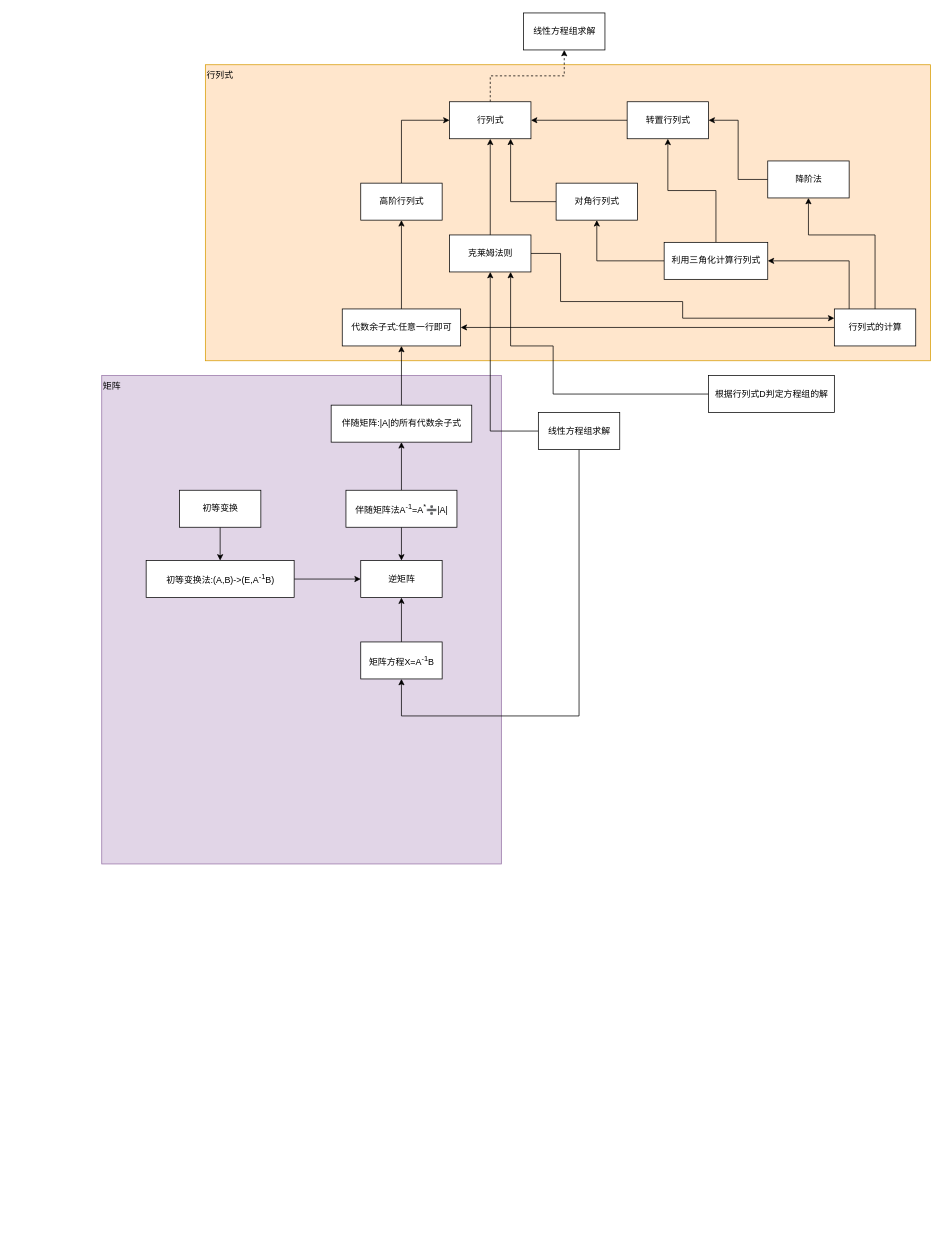
Earlier version of the draw.io diagram liner_algebra.drawio (brendonlin/myflowchart). Source tidied: cells renumbered, new cells numbered last; positions are measured from the earlier drawing's top-left corner, leaving out a move shared by most shapes. Both pictures are drawn from the tidied source at 74%, with x=0, y=0 at pixel (101, 13).
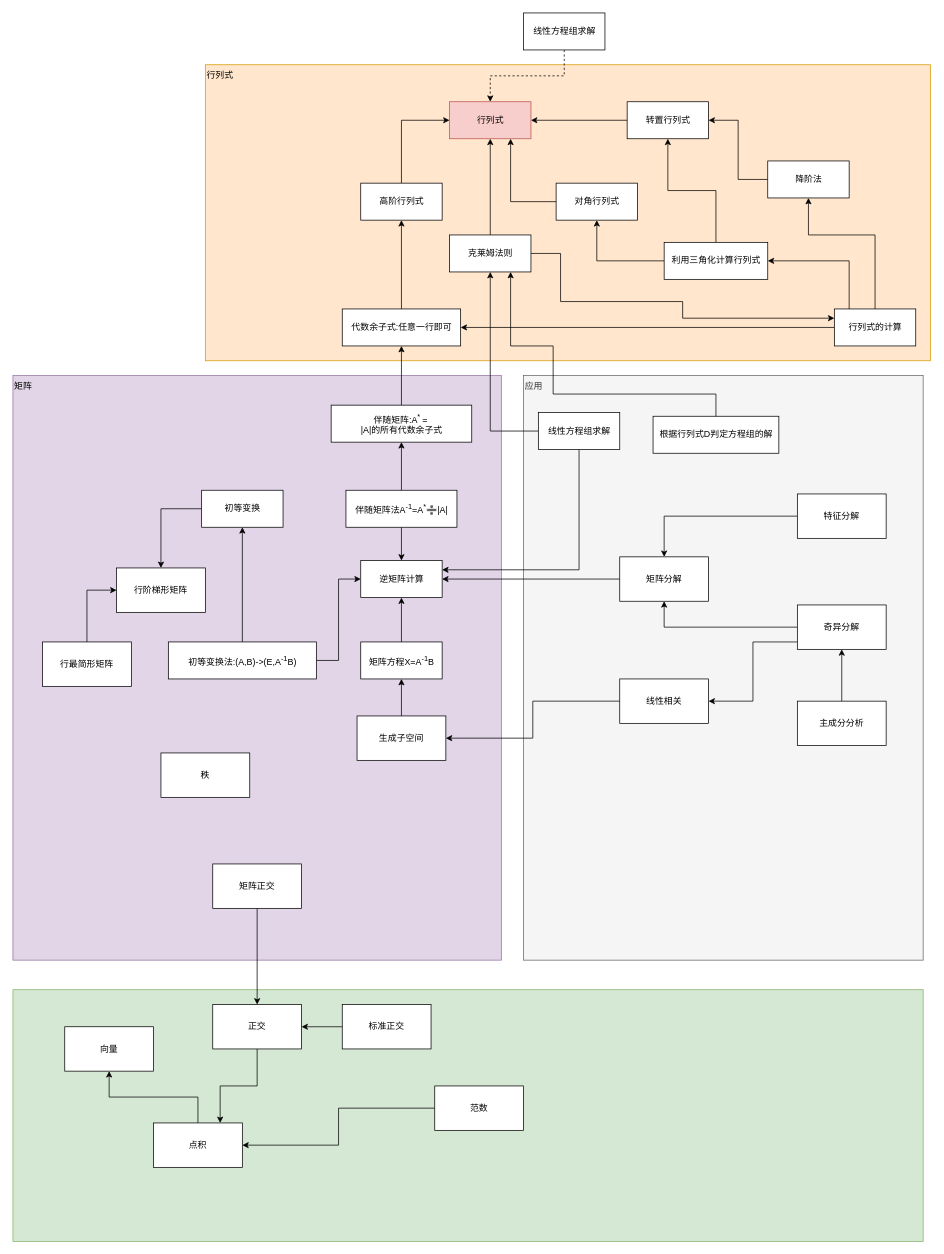
Above is the later version.

The change refers to these unchanged cells:
```xml
<mxCell id="6" value="线性方程组求解" style="html=1;" parent="1" vertex="1">
  <mxGeometry x="570" width="110" height="50" as="geometry" />
</mxCell>
<mxCell id="22" value="克莱姆法则" style="html=1;" parent="1" vertex="1">
  <mxGeometry x="470" y="300" width="110" height="50" as="geometry" />
</mxCell>
<mxCell id="30" value="矩阵方程X=A&lt;sup&gt;-1&lt;/sup&gt;B" style="html=1;" parent="1" vertex="1">
  <mxGeometry x="350" y="850" width="110" height="50" as="geometry" />
</mxCell>
<mxCell id="37" value="线性方程组求解" style="html=1;" parent="1" vertex="1">
  <mxGeometry x="590" y="540" width="110" height="50" as="geometry" />
</mxCell>
```

What changed in the source:
```diff
@@
+    <mxCell id="44" style="rounded=0;whiteSpace=wrap;html=1;align=center;fillColor=#d5e8d4;strokeColor=#82b366;" parent="1" vertex="1">
+      <mxGeometry x="-120" y="1320" width="1230" height="340" as="geometry" />
+    </mxCell>
+    <mxCell id="45" value="应用" style="rounded=0;whiteSpace=wrap;html=1;fillColor=#f5f5f5;strokeColor=#666666;fontColor=#333333;verticalAlign=top;align=left;" parent="1" vertex="1">
+      <mxGeometry x="570" y="490" width="540" height="790" as="geometry" />
+    </mxCell>
     <mxCell id="2" value="矩阵" style="html=1;align=left;verticalAlign=top;fillColor=#e1d5e7;strokeColor=#9673a6;" parent="1" vertex="1">
-      <mxGeometry y="490" width="540" height="660" as="geometry" />
+      <mxGeometry x="-120" y="490" width="660" height="790" as="geometry" />
     </mxCell>
@@
-    <mxCell id="4" style="edgeStyle=orthogonalEdgeStyle;rounded=0;jettySize=auto;html=1;entryX=0.5;entryY=1;entryDx=0;entryDy=0;dashed=1;" parent="1" edge="1" source="5" target="6">
+    <mxCell id="4" style="edgeStyle=orthogonalEdgeStyle;rounded=0;jettySize=auto;html=1;entryX=0.5;entryY=0;entryDx=0;entryDy=0;dashed=1;exitX=0.5;exitY=1;exitDx=0;exitDy=0;" parent="1" edge="1" source="6" target="5">
       <mxGeometry relative="1" as="geometry" />
     </mxCell>
-    <mxCell id="5" value="行列式" style="html=1;" parent="1" vertex="1">
+    <mxCell id="5" value="行列式" style="html=1;fillColor=#f8cecc;strokeColor=#b85450;" parent="1" vertex="1">
       <mxGeometry x="470" y="120" width="110" height="50" as="geometry" />
     </mxCell>
@@
     <mxCell id="23" style="edgeStyle=orthogonalEdgeStyle;rounded=0;jettySize=auto;html=1;entryX=0.75;entryY=1;entryDx=0;entryDy=0;exitX=0;exitY=0.5;exitDx=0;exitDy=0;" parent="1" edge="1" source="24" target="22">
       <mxGeometry relative="1" as="geometry">
         <Array as="points">
+          <mxPoint x="830" y="570" />
+          <mxPoint x="830" y="515" />
           <mxPoint x="610" y="515" />
           <mxPoint x="610" y="450" />
           <mxPoint x="553" y="450" />
         </Array>
       </mxGeometry>
     </mxCell>
     <mxCell id="24" value="根据行列式D判定方程组的解" style="html=1;" parent="1" vertex="1">
-      <mxGeometry x="820" y="490" width="170" height="50" as="geometry" />
+      <mxGeometry x="745" y="545" width="170" height="50" as="geometry" />
     </mxCell>
@@
-    <mxCell id="28" value="逆矩阵" style="html=1;" parent="1" vertex="1">
+    <mxCell id="28" value="逆矩阵计算" style="html=1;" parent="1" vertex="1">
       <mxGeometry x="350" y="740" width="110" height="50" as="geometry" />
     </mxCell>
@@
-    <mxCell id="36" style="edgeStyle=orthogonalEdgeStyle;rounded=0;jettySize=auto;html=1;exitX=0.5;exitY=1;exitDx=0;exitDy=0;entryX=0.5;entryY=1;entryDx=0;entryDy=0;" parent="1" edge="1" source="37" target="30">
+    <mxCell id="36" style="edgeStyle=orthogonalEdgeStyle;rounded=0;jettySize=auto;html=1;exitX=0.5;exitY=1;exitDx=0;exitDy=0;entryX=1;entryY=0.25;entryDx=0;entryDy=0;" parent="1" edge="1" source="37" target="28">
       <mxGeometry relative="1" as="geometry">
         <Array as="points">
-          <mxPoint x="645" y="950" />
-          <mxPoint x="405" y="950" />
+          <mxPoint x="645" y="753" />
         </Array>
       </mxGeometry>
     </mxCell>
@@
-    <mxCell id="39" value="伴随矩阵:|A|的所有代数余子式" style="html=1;align=center;" parent="1" vertex="1">
+    <mxCell id="39" value="伴随矩阵:A&lt;sup&gt;* &lt;/sup&gt;=&lt;sup&gt;&amp;nbsp;&lt;/sup&gt;&lt;br&gt;|A|的所有代数余子式" style="html=1;align=center;" parent="1" vertex="1">
       <mxGeometry x="310" y="530" width="190" height="50" as="geometry" />
     </mxCell>
-    <mxCell id="40" style="edgeStyle=orthogonalEdgeStyle;rounded=0;jettySize=auto;html=1;" parent="1" edge="1" source="41" target="43">
-      <mxGeometry relative="1" as="geometry" />
-    </mxCell>
+    <mxCell id="46" style="edgeStyle=orthogonalEdgeStyle;rounded=0;jettySize=auto;html=1;" parent="1" edge="1" source="41" target="53">
+      <mxGeometry relative="1" as="geometry">
+        <Array as="points">
+          <mxPoint x="80" y="670" />
+        </Array>
+      </mxGeometry>
+    </mxCell>
     <mxCell id="41" value="初等变换" style="html=1;align=center;" parent="1" vertex="1">
-      <mxGeometry x="105" y="645" width="110" height="50" as="geometry" />
+      <mxGeometry x="135" y="645" width="110" height="50" as="geometry" />
     </mxCell>
@@
+    <mxCell id="47" style="edgeStyle=orthogonalEdgeStyle;rounded=0;jettySize=auto;html=1;entryX=0.5;entryY=1;entryDx=0;entryDy=0;" parent="1" edge="1" source="43" target="41">
+      <mxGeometry relative="1" as="geometry" />
+    </mxCell>
     <mxCell id="43" value="初等变换法:(A,B)-&amp;gt;(E,A&lt;sup&gt;-1&lt;/sup&gt;B)" style="html=1;align=center;" parent="1" vertex="1">
-      <mxGeometry x="60" y="740" width="200" height="50" as="geometry" />
+      <mxGeometry x="90" y="850" width="200" height="50" as="geometry" />
     </mxCell>
+    <mxCell id="48" value="秩" style="rounded=0;whiteSpace=wrap;html=1;" parent="1" vertex="1">
+      <mxGeometry x="80" y="1000" width="120" height="60" as="geometry" />
+    </mxCell>
+    <mxCell id="49" style="edgeStyle=orthogonalEdgeStyle;rounded=0;jettySize=auto;html=1;entryX=0.75;entryY=0;entryDx=0;entryDy=0;" parent="1" edge="1" source="50" target="71">
+      <mxGeometry relative="1" as="geometry" />
+    </mxCell>
+    <mxCell id="50" value="正交" style="rounded=0;whiteSpace=wrap;html=1;" parent="1" vertex="1">
+      <mxGeometry x="150" y="1340" width="120" height="60" as="geometry" />
+    </mxCell>
+    <mxCell id="51" style="edgeStyle=orthogonalEdgeStyle;rounded=0;jettySize=auto;html=1;" parent="1" edge="1" source="52" target="50">
+      <mxGeometry relative="1" as="geometry" />
+    </mxCell>
+    <mxCell id="52" value="标准正交" style="rounded=0;whiteSpace=wrap;html=1;" parent="1" vertex="1">
+      <mxGeometry x="325" y="1340" width="120" height="60" as="geometry" />
+    </mxCell>
+    <mxCell id="53" value="行阶梯形矩阵" style="rounded=0;whiteSpace=wrap;html=1;" parent="1" vertex="1">
+      <mxGeometry x="20" y="750" width="120" height="60" as="geometry" />
+    </mxCell>
+    <mxCell id="54" style="edgeStyle=orthogonalEdgeStyle;rounded=0;jettySize=auto;html=1;entryX=0;entryY=0.5;entryDx=0;entryDy=0;" parent="1" edge="1" source="55" target="53">
+      <mxGeometry relative="1" as="geometry" />
+    </mxCell>
+    <mxCell id="55" value="行最简形矩阵" style="rounded=0;whiteSpace=wrap;html=1;" parent="1" vertex="1">
+      <mxGeometry x="-80" y="850" width="120" height="60" as="geometry" />
+    </mxCell>
+    <mxCell id="56" style="edgeStyle=orthogonalEdgeStyle;rounded=0;jettySize=auto;html=1;entryX=1;entryY=0.5;entryDx=0;entryDy=0;" parent="1" edge="1" source="57" target="28">
+      <mxGeometry relative="1" as="geometry" />
+    </mxCell>
+    <mxCell id="57" value="矩阵分解" style="rounded=0;whiteSpace=wrap;html=1;align=center;" parent="1" vertex="1">
+      <mxGeometry x="700" y="735" width="120" height="60" as="geometry" />
+    </mxCell>
+    <mxCell id="58" style="edgeStyle=orthogonalEdgeStyle;rounded=0;jettySize=auto;html=1;entryX=1;entryY=0.5;entryDx=0;entryDy=0;" parent="1" edge="1" source="59" target="73">
+      <mxGeometry relative="1" as="geometry" />
+    </mxCell>
+    <mxCell id="59" value="线性相关" style="rounded=0;whiteSpace=wrap;html=1;align=center;" parent="1" vertex="1">
+      <mxGeometry x="700" y="900" width="120" height="60" as="geometry" />
+    </mxCell>
+    <mxCell id="60" style="edgeStyle=orthogonalEdgeStyle;rounded=0;jettySize=auto;html=1;entryX=0.5;entryY=0;entryDx=0;entryDy=0;" parent="1" edge="1" source="61" target="57">
+      <mxGeometry relative="1" as="geometry" />
+    </mxCell>
+    <mxCell id="61" value="特征分解" style="rounded=0;whiteSpace=wrap;html=1;align=center;" parent="1" vertex="1">
+      <mxGeometry x="940" y="650" width="120" height="60" as="geometry" />
+    </mxCell>
+    <mxCell id="62" style="edgeStyle=orthogonalEdgeStyle;rounded=0;jettySize=auto;html=1;entryX=0.5;entryY=1;entryDx=0;entryDy=0;" parent="1" edge="1" source="64" target="57">
+      <mxGeometry relative="1" as="geometry">
+        <Array as="points">
+          <mxPoint x="760" y="830" />
+        </Array>
+      </mxGeometry>
+    </mxCell>
+    <mxCell id="63" style="edgeStyle=orthogonalEdgeStyle;rounded=0;jettySize=auto;html=1;entryX=1;entryY=0.5;entryDx=0;entryDy=0;" parent="1" edge="1" source="64" target="59">
+      <mxGeometry relative="1" as="geometry">
+        <Array as="points">
+          <mxPoint x="880" y="850" />
+          <mxPoint x="880" y="930" />
+        </Array>
+      </mxGeometry>
+    </mxCell>
+    <mxCell id="64" value="奇异分解" style="rounded=0;whiteSpace=wrap;html=1;align=center;" parent="1" vertex="1">
+      <mxGeometry x="940" y="800" width="120" height="60" as="geometry" />
+    </mxCell>
+    <mxCell id="65" value="向量" style="rounded=0;whiteSpace=wrap;html=1;align=center;" parent="1" vertex="1">
+      <mxGeometry x="-50" y="1370" width="120" height="60" as="geometry" />
+    </mxCell>
+    <mxCell id="66" style="edgeStyle=orthogonalEdgeStyle;rounded=0;jettySize=auto;html=1;entryX=1;entryY=0.5;entryDx=0;entryDy=0;" parent="1" edge="1" source="67" target="71">
+      <mxGeometry relative="1" as="geometry" />
+    </mxCell>
+    <mxCell id="67" value="范数" style="rounded=0;whiteSpace=wrap;html=1;align=center;" parent="1" vertex="1">
+      <mxGeometry x="450" y="1450" width="120" height="60" as="geometry" />
+    </mxCell>
+    <mxCell id="68" style="edgeStyle=orthogonalEdgeStyle;rounded=0;jettySize=auto;html=1;entryX=0.5;entryY=1;entryDx=0;entryDy=0;" parent="1" edge="1" source="69" target="64">
+      <mxGeometry relative="1" as="geometry" />
+    </mxCell>
+    <mxCell id="69" value="主成分分析" style="rounded=0;whiteSpace=wrap;html=1;align=center;" parent="1" vertex="1">
+      <mxGeometry x="940" y="930" width="120" height="60" as="geometry" />
+    </mxCell>
+    <mxCell id="70" style="edgeStyle=orthogonalEdgeStyle;rounded=0;jettySize=auto;html=1;" parent="1" edge="1" source="71" target="65">
+      <mxGeometry relative="1" as="geometry" />
+    </mxCell>
+    <mxCell id="71" value="点积" style="rounded=0;whiteSpace=wrap;html=1;align=center;" parent="1" vertex="1">
+      <mxGeometry x="70" y="1500" width="120" height="60" as="geometry" />
+    </mxCell>
+    <mxCell id="72" style="edgeStyle=orthogonalEdgeStyle;rounded=0;jettySize=auto;html=1;" parent="1" edge="1" source="73" target="30">
+      <mxGeometry relative="1" as="geometry" />
+    </mxCell>
+    <mxCell id="73" value="生成子空间" style="rounded=0;whiteSpace=wrap;html=1;align=center;" parent="1" vertex="1">
+      <mxGeometry x="345" y="950" width="120" height="60" as="geometry" />
+    </mxCell>
+    <mxCell id="74" style="edgeStyle=orthogonalEdgeStyle;rounded=0;jettySize=auto;html=1;" parent="1" edge="1" source="75" target="50">
+      <mxGeometry relative="1" as="geometry" />
+    </mxCell>
+    <mxCell id="75" value="矩阵正交" style="rounded=0;whiteSpace=wrap;html=1;align=center;" parent="1" vertex="1">
+      <mxGeometry x="150" y="1150" width="120" height="60" as="geometry" />
+    </mxCell>
```
